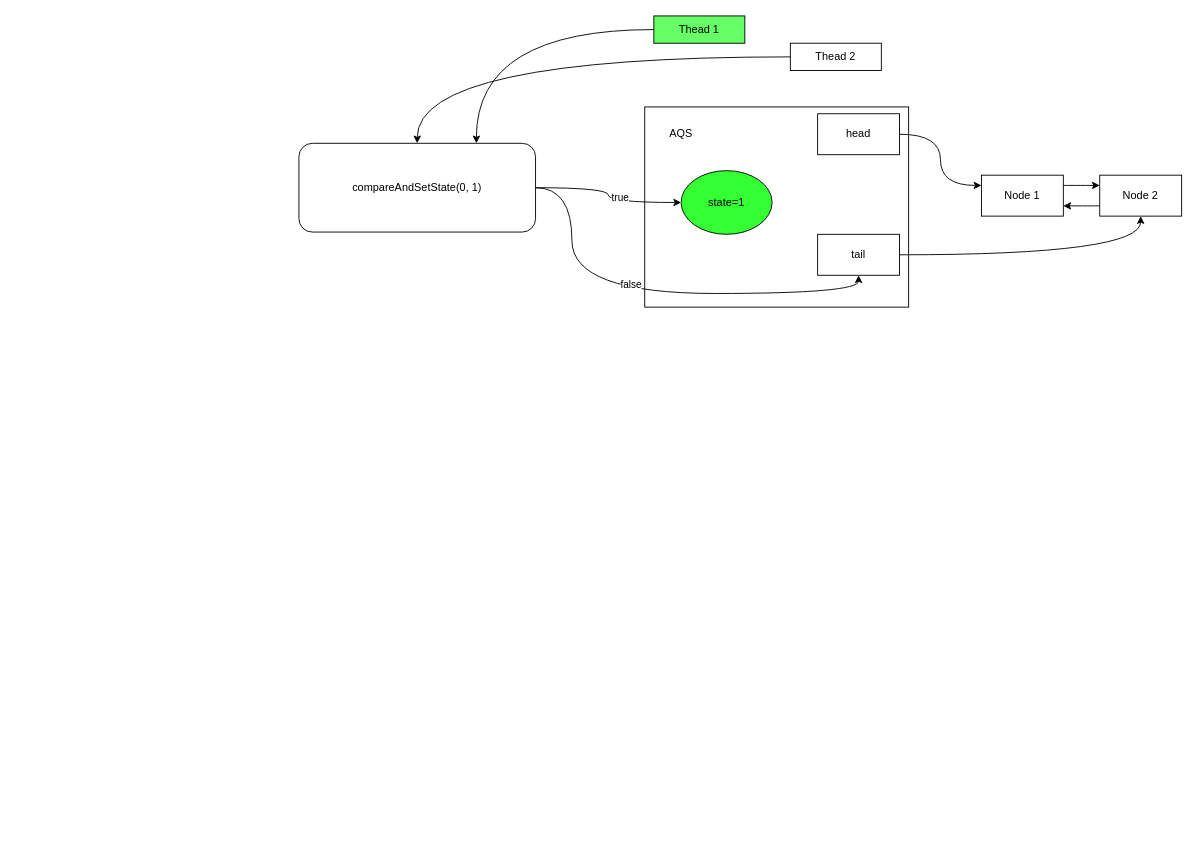
This is diagrams/ReentrantLock.drawio from arxobject/spring_analysis, a draw.io file, before an edit. Source tidied: cells renumbered, new cells numbered last; positions are measured from the earlier drawing's top-left corner, leaving out a move shared by most shapes. Both pictures are drawn from the tidied source at 91%, with x=0, y=0 at pixel (298, 15).
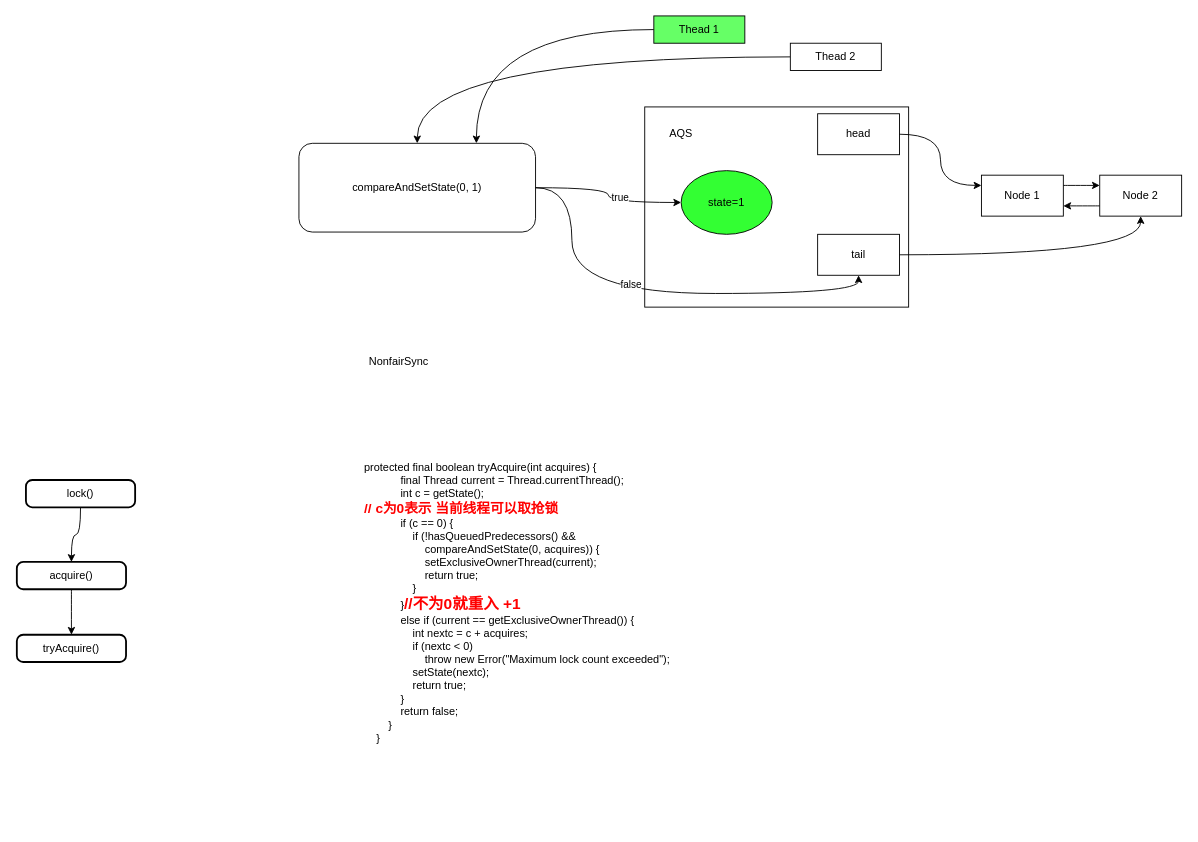
The same page after the edit.

Diff of the diagram source:
```diff
@@
+    <mxCell id="22" value="&lt;div&gt;protected final boolean tryAcquire(int acquires) {&lt;/div&gt;&lt;div&gt;&amp;nbsp; &amp;nbsp; &amp;nbsp; &amp;nbsp; &amp;nbsp; &amp;nbsp; final Thread current = Thread.currentThread();&lt;/div&gt;&lt;div&gt;&amp;nbsp; &amp;nbsp; &amp;nbsp; &amp;nbsp; &amp;nbsp; &amp;nbsp; int c = getState();&lt;/div&gt;&lt;div&gt;&lt;b&gt;&lt;font style=&quot;font-size: 15px&quot; color=&quot;#ff0000&quot;&gt;// c为0表示 当前线程可以取抢锁&lt;/font&gt;&lt;/b&gt;&lt;/div&gt;&lt;div&gt;&amp;nbsp; &amp;nbsp; &amp;nbsp; &amp;nbsp; &amp;nbsp; &amp;nbsp; if (c == 0) {&lt;/div&gt;&lt;div&gt;&amp;nbsp; &amp;nbsp; &amp;nbsp; &amp;nbsp; &amp;nbsp; &amp;nbsp; &amp;nbsp; &amp;nbsp; if (!hasQueuedPredecessors() &amp;amp;&amp;amp;&lt;/div&gt;&lt;div&gt;&amp;nbsp; &amp;nbsp; &amp;nbsp; &amp;nbsp; &amp;nbsp; &amp;nbsp; &amp;nbsp; &amp;nbsp; &amp;nbsp; &amp;nbsp; compareAndSetState(0, acquires)) {&lt;/div&gt;&lt;div&gt;&amp;nbsp; &amp;nbsp; &amp;nbsp; &amp;nbsp; &amp;nbsp; &amp;nbsp; &amp;nbsp; &amp;nbsp; &amp;nbsp; &amp;nbsp; setExclusiveOwnerThread(current);&lt;/div&gt;&lt;div&gt;&amp;nbsp; &amp;nbsp; &amp;nbsp; &amp;nbsp; &amp;nbsp; &amp;nbsp; &amp;nbsp; &amp;nbsp; &amp;nbsp; &amp;nbsp; return true;&lt;/div&gt;&lt;div&gt;&amp;nbsp; &amp;nbsp; &amp;nbsp; &amp;nbsp; &amp;nbsp; &amp;nbsp; &amp;nbsp; &amp;nbsp; }&lt;/div&gt;&lt;div&gt;&amp;nbsp; &amp;nbsp; &amp;nbsp; &amp;nbsp; &amp;nbsp; &amp;nbsp; }&lt;font style=&quot;font-size: 17px&quot; color=&quot;#ff0000&quot;&gt;&lt;b&gt;//不为0就重入 +1&lt;/b&gt;&lt;/font&gt;&lt;/div&gt;&lt;div&gt;&amp;nbsp; &amp;nbsp; &amp;nbsp; &amp;nbsp; &amp;nbsp; &amp;nbsp; else if (current == getExclusiveOwnerThread()) {&lt;/div&gt;&lt;div&gt;&amp;nbsp; &amp;nbsp; &amp;nbsp; &amp;nbsp; &amp;nbsp; &amp;nbsp; &amp;nbsp; &amp;nbsp; int nextc = c + acquires;&lt;/div&gt;&lt;div&gt;&amp;nbsp; &amp;nbsp; &amp;nbsp; &amp;nbsp; &amp;nbsp; &amp;nbsp; &amp;nbsp; &amp;nbsp; if (nextc &amp;lt; 0)&lt;/div&gt;&lt;div&gt;&amp;nbsp; &amp;nbsp; &amp;nbsp; &amp;nbsp; &amp;nbsp; &amp;nbsp; &amp;nbsp; &amp;nbsp; &amp;nbsp; &amp;nbsp; throw new Error(&quot;Maximum lock count exceeded&quot;);&lt;/div&gt;&lt;div&gt;&amp;nbsp; &amp;nbsp; &amp;nbsp; &amp;nbsp; &amp;nbsp; &amp;nbsp; &amp;nbsp; &amp;nbsp; setState(nextc);&lt;/div&gt;&lt;div&gt;&amp;nbsp; &amp;nbsp; &amp;nbsp; &amp;nbsp; &amp;nbsp; &amp;nbsp; &amp;nbsp; &amp;nbsp; return true;&lt;/div&gt;&lt;div&gt;&amp;nbsp; &amp;nbsp; &amp;nbsp; &amp;nbsp; &amp;nbsp; &amp;nbsp; }&lt;/div&gt;&lt;div&gt;&amp;nbsp; &amp;nbsp; &amp;nbsp; &amp;nbsp; &amp;nbsp; &amp;nbsp; return false;&lt;/div&gt;&lt;div&gt;&amp;nbsp; &amp;nbsp; &amp;nbsp; &amp;nbsp; }&lt;/div&gt;&lt;div&gt;&amp;nbsp; &amp;nbsp; }&lt;/div&gt;" style="text;html=1;strokeColor=none;fillColor=none;align=left;verticalAlign=middle;whiteSpace=wrap;rounded=0;" parent="1" vertex="1">
+      <mxGeometry x="70" y="400" width="710" height="490" as="geometry" />
+    </mxCell>
+    <mxCell id="23" value="NonfairSync" style="text;html=1;strokeColor=none;fillColor=none;align=center;verticalAlign=middle;whiteSpace=wrap;rounded=0;" parent="1" vertex="1">
+      <mxGeometry x="90" y="370" width="40" height="20" as="geometry" />
+    </mxCell>
+    <mxCell id="24" style="edgeStyle=orthogonalEdgeStyle;curved=1;rounded=0;jettySize=auto;html=1;exitX=0.5;exitY=1;exitDx=0;exitDy=0;entryX=0.5;entryY=0;entryDx=0;entryDy=0;" parent="1" edge="1" source="25" target="27">
+      <mxGeometry relative="1" as="geometry" />
+    </mxCell>
+    <mxCell id="25" value="lock()" style="rounded=1;whiteSpace=wrap;html=1;absoluteArcSize=1;arcSize=14;strokeWidth=2;fillColor=none;" parent="1" vertex="1">
+      <mxGeometry x="-300" y="510" width="120" height="30" as="geometry" />
+    </mxCell>
+    <mxCell id="26" style="edgeStyle=orthogonalEdgeStyle;curved=1;rounded=0;jettySize=auto;html=1;exitX=0.5;exitY=1;exitDx=0;exitDy=0;" parent="1" edge="1" source="27" target="28">
+      <mxGeometry relative="1" as="geometry" />
+    </mxCell>
+    <mxCell id="27" value="acquire()" style="rounded=1;whiteSpace=wrap;html=1;absoluteArcSize=1;arcSize=14;strokeWidth=2;fillColor=none;" parent="1" vertex="1">
+      <mxGeometry x="-310" y="600" width="120" height="30" as="geometry" />
+    </mxCell>
+    <mxCell id="28" value="tryAcquire()" style="rounded=1;whiteSpace=wrap;html=1;absoluteArcSize=1;arcSize=14;strokeWidth=2;fillColor=none;" parent="1" vertex="1">
+      <mxGeometry x="-310" y="680" width="120" height="30" as="geometry" />
+    </mxCell>
```
